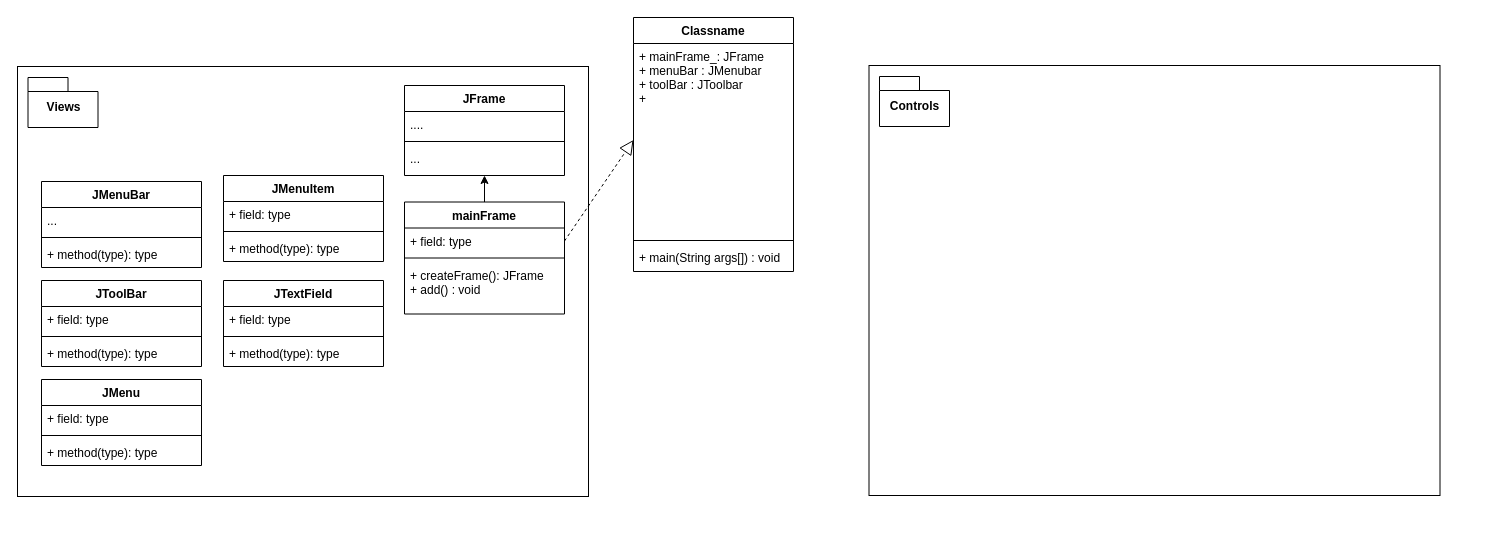
This is Untitled Diagram.drawio from Keinahas/Air-Pollution-Control-Program, a draw.io file, before an edit. Source tidied: cells renumbered, new cells numbered last; positions are measured from the earlier drawing's top-left corner, leaving out a move shared by most shapes. Both pictures are drawn from the tidied source at 100%, with x=0, y=0 at pixel (17, 17).
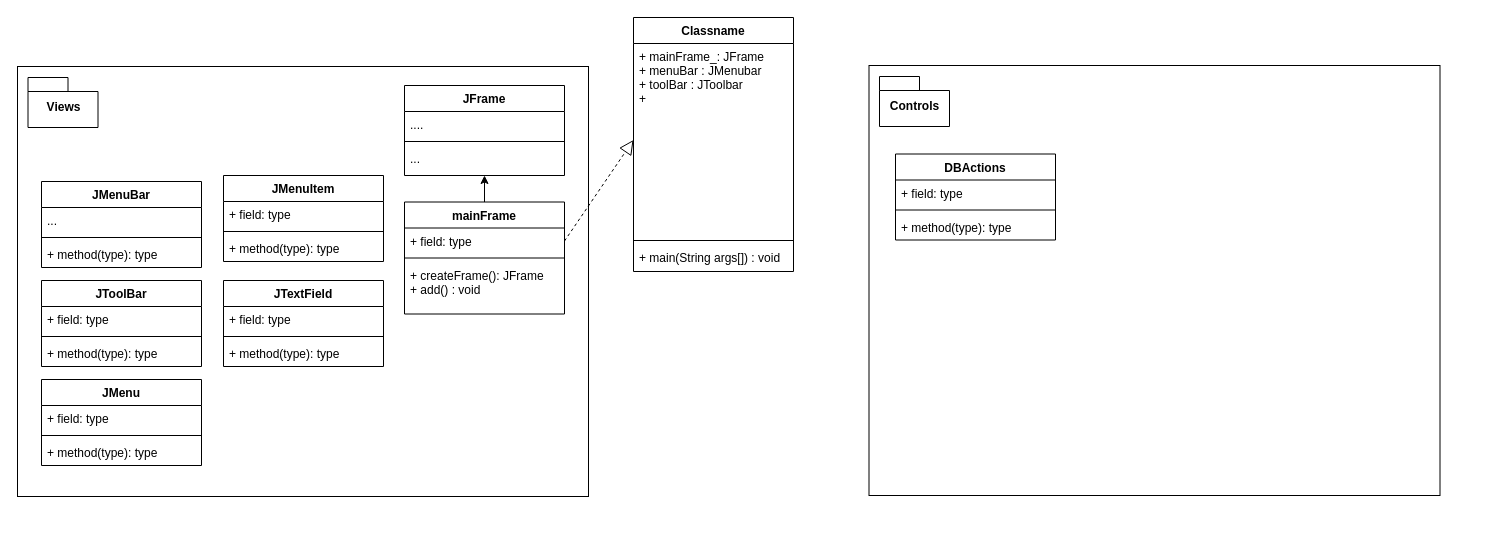
The same page after the edit.

The change refers to these unchanged cells:
```xml
<mxCell id="40" style="group;" parent="39" vertex="1">
  <mxGeometry x="-38.5" y="-26.5" width="571" height="430" as="geometry" />
</mxCell>
```

Change to the diagram source:
```diff
@@
+    <mxCell id="43" value="DBActions" style="swimlane;fontStyle=1;align=center;verticalAlign=top;horizontal=1;startSize=26;" parent="40" vertex="1">
+      <mxGeometry x="26.5" y="88.5" width="160" height="86" as="geometry" />
+    </mxCell>
+    <mxCell id="44" value="+ field: type" style="text;strokeColor=none;fillColor=none;align=left;verticalAlign=top;spacingLeft=4;spacingRight=4;overflow=hidden;" parent="43" vertex="1">
+      <mxGeometry y="26" width="160" height="26" as="geometry" />
+    </mxCell>
+    <mxCell id="45" style="line;strokeWidth=1;fillColor=none;align=left;verticalAlign=middle;spacingTop=-1;spacingLeft=3;spacingRight=3;labelPosition=right;" parent="43" vertex="1">
+      <mxGeometry y="52" width="160" height="8" as="geometry" />
+    </mxCell>
+    <mxCell id="46" value="+ method(type): type" style="text;strokeColor=none;fillColor=none;align=left;verticalAlign=top;spacingLeft=4;spacingRight=4;overflow=hidden;" parent="43" vertex="1">
+      <mxGeometry y="60" width="160" height="26" as="geometry" />
+    </mxCell>
```
